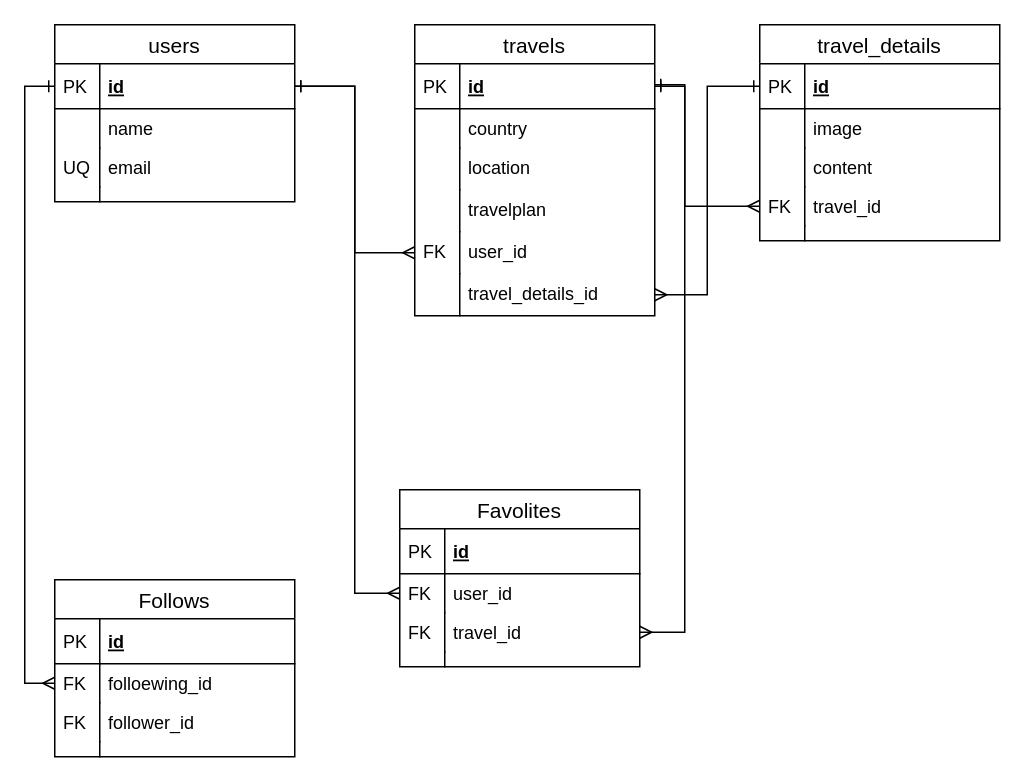
Above: trip.drawio in kimurakeisuke/enjoy_trip (draw.io), before the change. Source tidied: cells renumbered, new cells numbered last; positions are measured from the earlier drawing's top-left corner, leaving out a move shared by most shapes. Both pictures are drawn from the tidied source at 150%, with x=0, y=0 at pixel (54, 24).
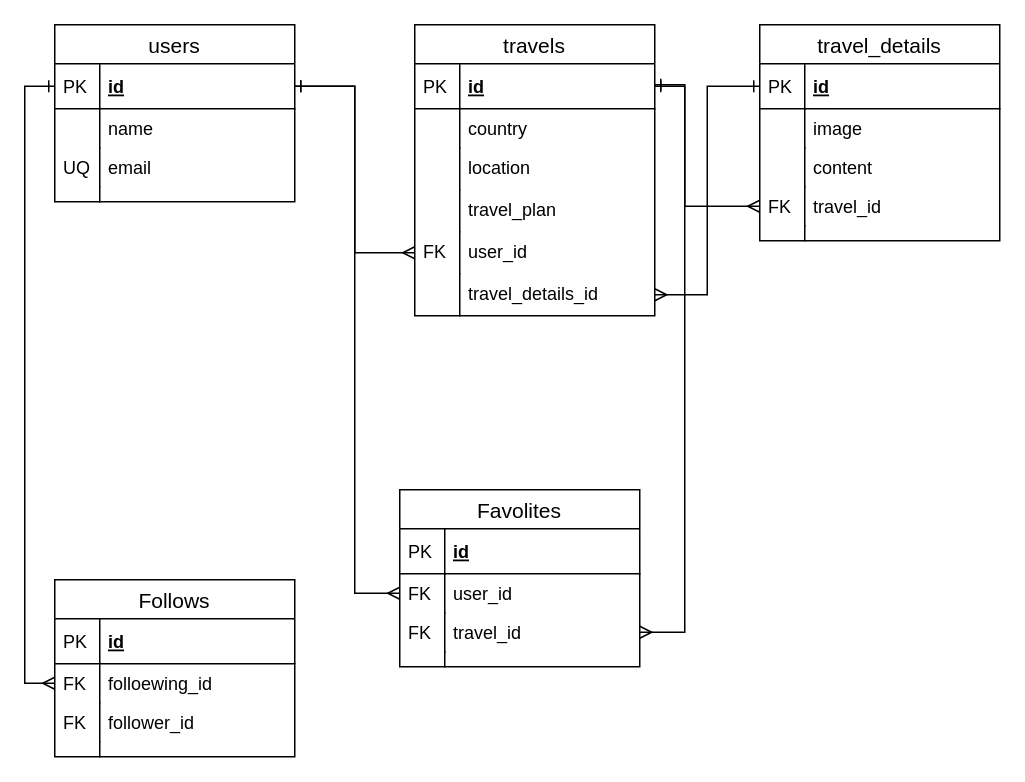
The same page after the edit.

Unchanged cells that the change refers to:
```xml
<mxCell id="11" value="travels" style="swimlane;fontStyle=0;horizontal=1;startSize=26;align=center;fontSize=14;" parent="1" vertex="1">
  <mxGeometry x="240" width="160" height="194" as="geometry" />
</mxCell>
```

What changed in the source:
```diff
@@
-    <mxCell id="18" value="travelplan" style="shape=partialRectangle;top=0;left=0;right=0;bottom=0;align=left;verticalAlign=top;fillColor=none;spacingLeft=34;spacingRight=4;overflow=hidden;fontSize=12;" parent="11" vertex="1">
+    <mxCell id="18" value="travel_plan" style="shape=partialRectangle;top=0;left=0;right=0;bottom=0;align=left;verticalAlign=top;fillColor=none;spacingLeft=34;spacingRight=4;overflow=hidden;fontSize=12;" parent="11" vertex="1">
       <mxGeometry y="110" width="160" height="28" as="geometry" />
     </mxCell>
```
